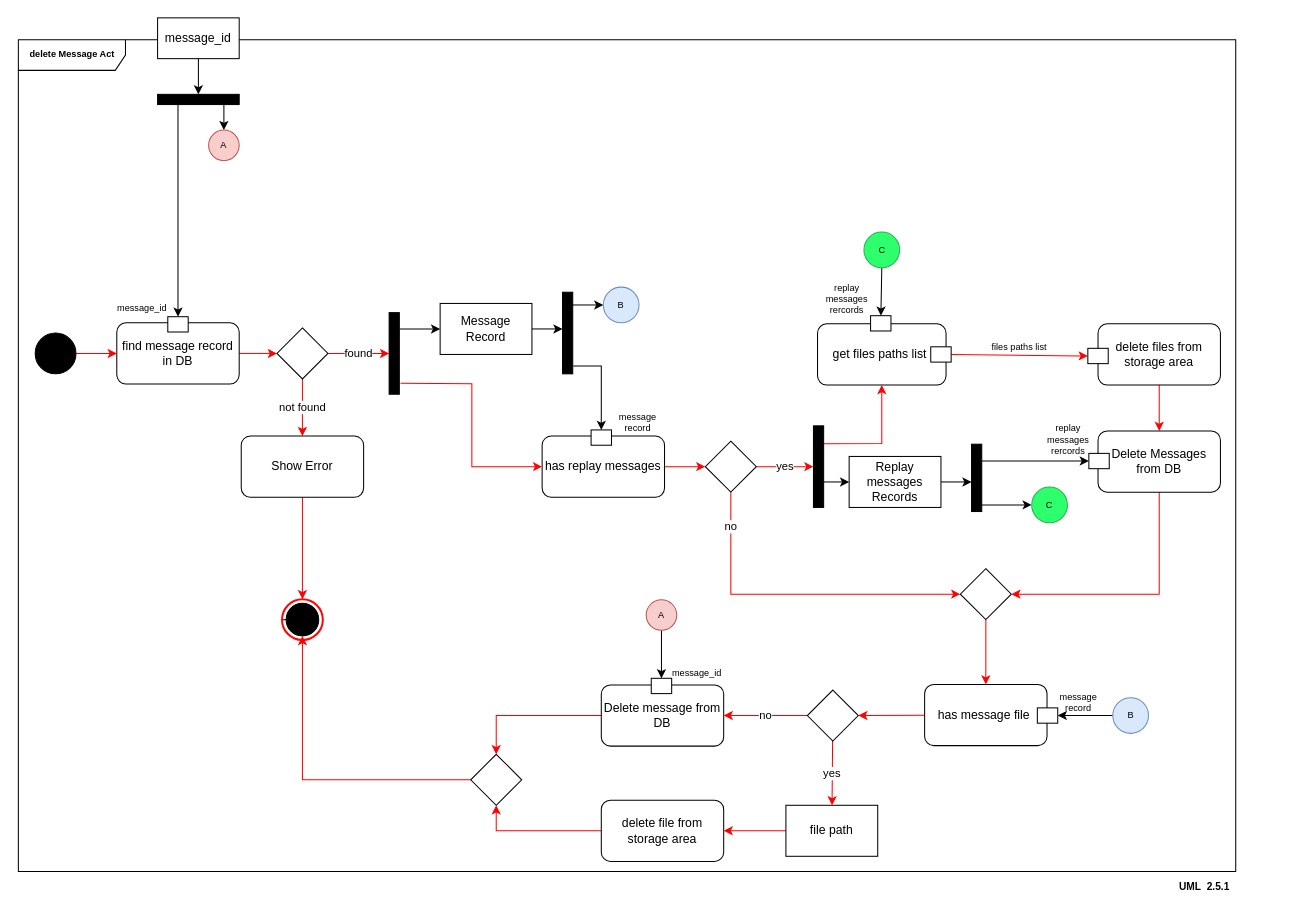
Above: page "delete message act" (5 of 5) of requirements/diagrams/digrams.drawio in khaledfathi/laravel_task (draw.io), before the change. Source tidied: cells renumbered, new cells numbered last; positions are measured from the earlier drawing's top-left corner, leaving out a move shared by most shapes. Both pictures are drawn from the tidied source at 102%, with x=0, y=0 at pixel (17, 17).
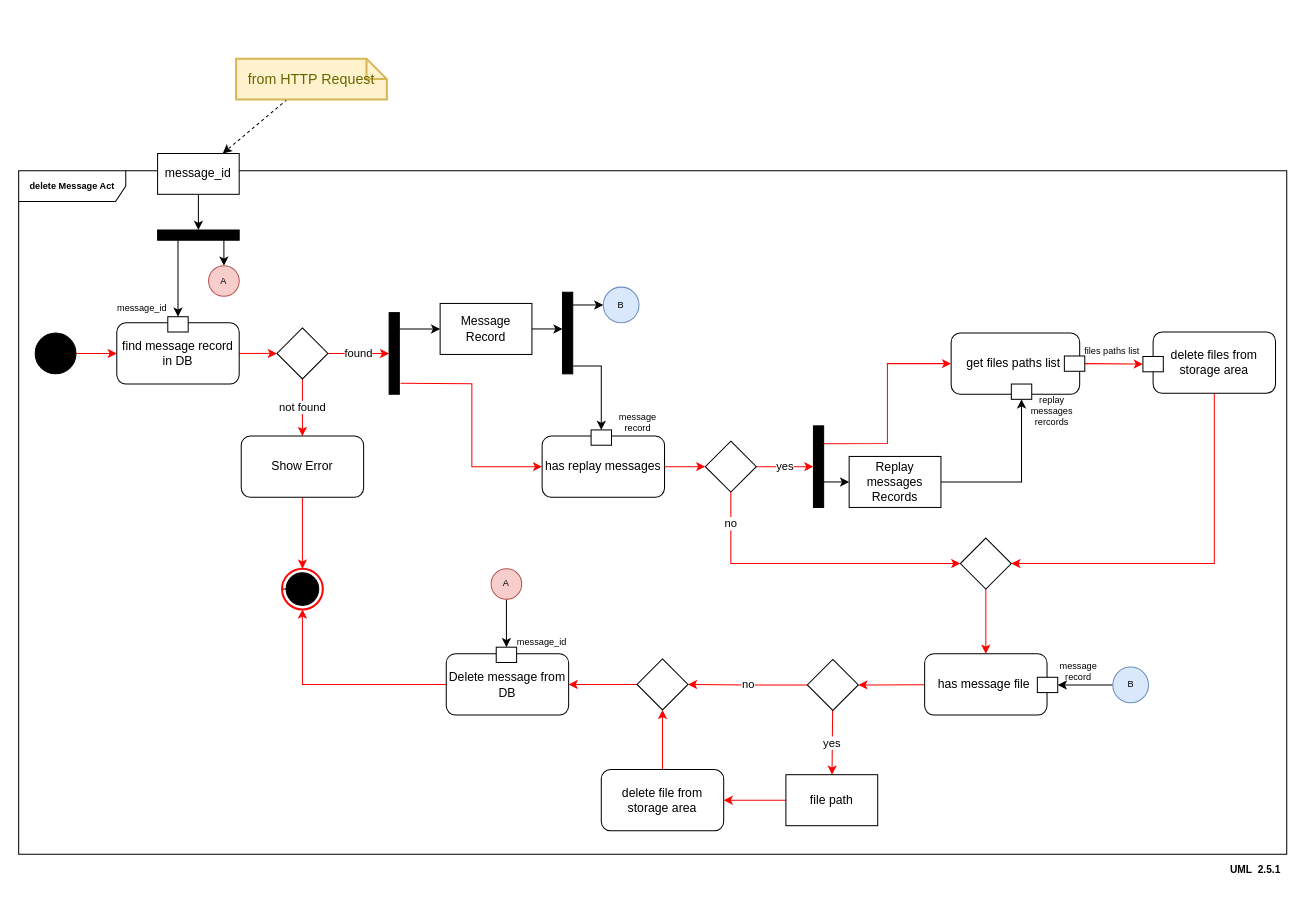
The same diagram, later.

Unchanged cells that the change refers to:
```xml
<mxCell id="20" style="ellipse;whiteSpace=wrap;html=1;fillColor=none;strokeColor=#FF0505;strokeWidth=2;" parent="18" vertex="1">
  <mxGeometry width="40" height="40" as="geometry" />
</mxCell>
<mxCell id="21" style="ellipse;whiteSpace=wrap;html=1;fillColor=#000000;" parent="18" vertex="1">
  <mxGeometry x="4" y="4" width="32" height="32" as="geometry" />
</mxCell>
<mxCell id="51" style="html=1;points=[];perimeter=orthogonalPerimeter;fontSize=9;fillColor=#000000;rotation=-180;" parent="1" vertex="1">
  <mxGeometry x="780" y="400" width="10" height="80" as="geometry" />
</mxCell>
<mxCell id="53" value="Replay messages Records" style="rounded=0;whiteSpace=wrap;html=1;" parent="1" vertex="1">
  <mxGeometry x="815" y="430" width="90" height="50" as="geometry" />
</mxCell>
```

Diff of the diagram source:
```diff
@@
     <mxCell id="2" value="delete Message Act" style="shape=umlFrame;whiteSpace=wrap;html=1;fontSize=9;width=105;height=30;fontStyle=1;strokeColor=#000000;" parent="1" vertex="1">
-      <mxGeometry x="0.5" y="21.5" width="1193.5" height="815.5" as="geometry" />
+      <mxGeometry x="0.8" y="150" width="1243.2" height="670" as="geometry" />
     </mxCell>
@@
     <mxCell id="10" value="message_id" style="rounded=0;whiteSpace=wrap;html=1;" parent="1" vertex="1">
-      <mxGeometry x="137" width="80" height="40" as="geometry" />
+      <mxGeometry x="137" y="133" width="80" height="40" as="geometry" />
     </mxCell>
@@
     <mxCell id="18" style="group;" parent="1" vertex="1">
-      <mxGeometry x="259" y="570" width="40" height="40" as="geometry" />
+      <mxGeometry x="259" y="540" width="40" height="40" as="geometry" />
     </mxCell>
@@
     <mxCell id="24" style="html=1;points=[];perimeter=orthogonalPerimeter;fontSize=9;fillColor=#000000;rotation=90;" parent="1" vertex="1">
-      <mxGeometry x="172" y="40" width="10" height="80" as="geometry" />
+      <mxGeometry x="172" y="173" width="10" height="80" as="geometry" />
     </mxCell>
     <mxCell id="25" value="A" style="ellipse;whiteSpace=wrap;html=1;fontSize=9;fillColor=#f8cecc;strokeColor=#b85450;" parent="1" vertex="1">
-      <mxGeometry x="187" y="110" width="30" height="30" as="geometry" />
+      <mxGeometry x="187" y="243" width="30" height="30" as="geometry" />
     </mxCell>
@@
     <mxCell id="41" value="get files paths list&amp;nbsp;" style="rounded=1;whiteSpace=wrap;html=1;" parent="1" vertex="1">
-      <mxGeometry x="784" y="300" width="126" height="60" as="geometry" />
+      <mxGeometry x="915" y="309" width="126" height="60" as="geometry" />
     </mxCell>
-    <mxCell id="42" style="edgeStyle=none;rounded=0;jettySize=auto;html=1;entryX=0.5;entryY=0;entryDx=0;entryDy=0;strokeColor=#FF0000;" parent="1" edge="1" source="43" target="63">
+    <mxCell id="42" style="edgeStyle=orthogonalEdgeStyle;rounded=0;jettySize=auto;html=1;entryX=1;entryY=0.5;entryDx=0;entryDy=0;strokeColor=#FF0000;exitX=0.5;exitY=1;exitDx=0;exitDy=0;" parent="1" edge="1" source="43" target="48">
       <mxGeometry relative="1" as="geometry" />
     </mxCell>
     <mxCell id="43" value="delete files from storage area" style="rounded=1;whiteSpace=wrap;html=1;" parent="1" vertex="1">
-      <mxGeometry x="1059" y="300" width="120" height="60" as="geometry" />
+      <mxGeometry x="1113" y="308" width="120" height="60" as="geometry" />
     </mxCell>
     <mxCell id="44" style="rounded=0;whiteSpace=wrap;html=1;" parent="1" vertex="1">
-      <mxGeometry x="895" y="322.5" width="20" height="15" as="geometry" />
+      <mxGeometry x="1026" y="331.5" width="20" height="15" as="geometry" />
     </mxCell>
     <mxCell id="45" style="rounded=0;whiteSpace=wrap;html=1;" parent="1" vertex="1">
-      <mxGeometry x="1049" y="324" width="20" height="15" as="geometry" />
+      <mxGeometry x="1103" y="332" width="20" height="15" as="geometry" />
     </mxCell>
     <mxCell id="46" value="files paths list" style="text;html=1;strokeColor=none;fillColor=none;align=center;verticalAlign=middle;whiteSpace=wrap;rounded=0;fontSize=9;" parent="1" vertex="1">
-      <mxGeometry x="952" y="318" width="60" height="10" as="geometry" />
+      <mxGeometry x="1043" y="322" width="60" height="10" as="geometry" />
     </mxCell>
@@
     <mxCell id="48" style="rhombus;whiteSpace=wrap;html=1;strokeColor=#000000;strokeWidth=1;fillColor=none;" parent="1" vertex="1">
-      <mxGeometry x="924" y="540" width="50" height="50" as="geometry" />
+      <mxGeometry x="924" y="510" width="50" height="50" as="geometry" />
     </mxCell>
@@
-    <mxCell id="50" style="edgeStyle=orthogonalEdgeStyle;rounded=0;jettySize=auto;html=1;entryX=0.5;entryY=1;entryDx=0;entryDy=0;exitX=0.029;exitY=0.782;exitDx=0;exitDy=0;exitPerimeter=0;strokeColor=#FF0000;" parent="1" edge="1" source="51" target="41">
+    <mxCell id="50" style="edgeStyle=orthogonalEdgeStyle;rounded=0;jettySize=auto;html=1;entryX=0;entryY=0.5;entryDx=0;entryDy=0;exitX=0.029;exitY=0.782;exitDx=0;exitDy=0;exitPerimeter=0;strokeColor=#FF0000;" parent="1" edge="1" source="51" target="41">
       <mxGeometry relative="1" as="geometry" />
     </mxCell>
@@
-    <mxCell id="52" style="rounded=0;jettySize=auto;html=1;" parent="1" edge="1" source="53" target="60">
-      <mxGeometry relative="1" as="geometry" />
-    </mxCell>
@@
     <mxCell id="54" style="rounded=0;whiteSpace=wrap;html=1;" parent="1" vertex="1">
-      <mxGeometry x="836" y="292" width="20" height="15" as="geometry" />
+      <mxGeometry x="974" y="359" width="20" height="15" as="geometry" />
     </mxCell>
-    <mxCell id="55" style="rounded=0;jettySize=auto;html=1;" parent="1" edge="1" source="56" target="54">
-      <mxGeometry relative="1" as="geometry" />
-    </mxCell>
-    <mxCell id="56" value="C" style="ellipse;whiteSpace=wrap;html=1;fontSize=9;fillColor=#2EFF6D;strokeColor=#21B84E;" parent="1" vertex="1">
-      <mxGeometry x="829.5" y="210" width="35" height="35" as="geometry" />
-    </mxCell>
     <mxCell id="57" value="replay messages rercords" style="text;html=1;strokeColor=none;fillColor=none;align=center;verticalAlign=middle;whiteSpace=wrap;rounded=0;fontSize=9;" parent="1" vertex="1">
-      <mxGeometry x="783" y="271" width="60" height="10" as="geometry" />
+      <mxGeometry x="984" y="381" width="60" height="10" as="geometry" />
     </mxCell>
-    <mxCell id="58" style="edgeStyle=none;rounded=0;jettySize=auto;html=1;entryX=0;entryY=0.5;entryDx=0;entryDy=0;" parent="1" edge="1" source="60" target="61">
-      <mxGeometry relative="1" as="geometry" />
-    </mxCell>
-    <mxCell id="59" style="edgeStyle=none;rounded=0;jettySize=auto;html=1;entryX=0;entryY=0.5;entryDx=0;entryDy=0;" parent="1" edge="1" source="60" target="64">
-      <mxGeometry relative="1" as="geometry" />
-    </mxCell>
-    <mxCell id="60" style="html=1;points=[];perimeter=orthogonalPerimeter;fontSize=9;fillColor=#000000;rotation=-180;" parent="1" vertex="1">
-      <mxGeometry x="935" y="418" width="10" height="66" as="geometry" />
-    </mxCell>
-    <mxCell id="61" value="C" style="ellipse;whiteSpace=wrap;html=1;fontSize=9;fillColor=#2EFF6D;strokeColor=#21B84E;" parent="1" vertex="1">
-      <mxGeometry x="994" y="460" width="35" height="35" as="geometry" />
-    </mxCell>
-    <mxCell id="62" style="edgeStyle=orthogonalEdgeStyle;rounded=0;jettySize=auto;html=1;entryX=1;entryY=0.5;entryDx=0;entryDy=0;exitX=0.5;exitY=1;exitDx=0;exitDy=0;strokeColor=#FF0000;" parent="1" edge="1" source="63" target="48">
-      <mxGeometry relative="1" as="geometry" />
-    </mxCell>
-    <mxCell id="63" value="Delete Messages from DB" style="rounded=1;whiteSpace=wrap;html=1;" parent="1" vertex="1">
-      <mxGeometry x="1059" y="405" width="120" height="60" as="geometry" />
-    </mxCell>
-    <mxCell id="64" style="rounded=0;whiteSpace=wrap;html=1;" parent="1" vertex="1">
-      <mxGeometry x="1050" y="427" width="20" height="15" as="geometry" />
-    </mxCell>
-    <mxCell id="65" value="replay messages rercords" style="text;html=1;strokeColor=none;fillColor=none;align=center;verticalAlign=middle;whiteSpace=wrap;rounded=0;fontSize=9;" parent="1" vertex="1">
-      <mxGeometry x="1000" y="409" width="60" height="10" as="geometry" />
-    </mxCell>
+    <mxCell id="88" style="edgeStyle=orthogonalEdgeStyle;rounded=0;jettySize=auto;html=1;strokeColor=#000000;exitX=1;exitY=0.5;exitDx=0;exitDy=0;" parent="1" edge="1" source="53" target="54">
+      <mxGeometry relative="1" as="geometry" />
+    </mxCell>
@@
     <mxCell id="67" value="has message file&amp;nbsp;" style="rounded=1;whiteSpace=wrap;html=1;" parent="1" vertex="1">
-      <mxGeometry x="889" y="653.5" width="120" height="60" as="geometry" />
+      <mxGeometry x="889" y="623.5" width="120" height="60" as="geometry" />
     </mxCell>
-    <mxCell id="68" style="edgeStyle=orthogonalEdgeStyle;rounded=0;jettySize=auto;html=1;entryX=0.5;entryY=1;entryDx=0;entryDy=0;strokeColor=#FF0000;" parent="1" edge="1" source="69" target="86">
+    <mxCell id="68" style="edgeStyle=orthogonalEdgeStyle;rounded=0;jettySize=auto;html=1;entryX=0.5;entryY=1;entryDx=0;entryDy=0;strokeColor=#FF0000;" parent="1" edge="1" source="69" target="90">
       <mxGeometry relative="1" as="geometry" />
     </mxCell>
     <mxCell id="69" value="delete file from storage area" style="rounded=1;whiteSpace=wrap;html=1;" parent="1" vertex="1">
-      <mxGeometry x="572" y="767" width="120" height="60" as="geometry" />
+      <mxGeometry x="572" y="737" width="120" height="60" as="geometry" />
     </mxCell>
     <mxCell id="70" style="rounded=0;whiteSpace=wrap;html=1;" parent="1" vertex="1">
-      <mxGeometry x="999.5" y="676.5" width="20" height="15" as="geometry" />
+      <mxGeometry x="999.5" y="646.5" width="20" height="15" as="geometry" />
     </mxCell>
@@
     <mxCell id="72" value="B" style="ellipse;whiteSpace=wrap;html=1;fontSize=9;fillColor=#dae8fc;strokeColor=#6c8ebf;" parent="1" vertex="1">
-      <mxGeometry x="1073.5" y="666.5" width="35" height="35" as="geometry" />
+      <mxGeometry x="1073.5" y="636.5" width="35" height="35" as="geometry" />
     </mxCell>
     <mxCell id="73" value="message record" style="text;html=1;strokeColor=none;fillColor=none;align=center;verticalAlign=middle;whiteSpace=wrap;rounded=0;fontSize=9;" parent="1" vertex="1">
-      <mxGeometry x="1009.5" y="665.5" width="60" height="10" as="geometry" />
+      <mxGeometry x="1009.5" y="635.5" width="60" height="10" as="geometry" />
     </mxCell>
@@
     <mxCell id="75" value="file path" style="rounded=0;whiteSpace=wrap;html=1;" parent="1" vertex="1">
-      <mxGeometry x="753" y="772" width="90" height="50" as="geometry" />
+      <mxGeometry x="753" y="742" width="90" height="50" as="geometry" />
     </mxCell>
-    <mxCell id="76" value="no" style="edgeStyle=none;rounded=0;jettySize=auto;html=1;strokeColor=#FF0000;" parent="1" edge="1" source="78" target="80">
+    <mxCell id="76" value="no" style="edgeStyle=orthogonalEdgeStyle;rounded=0;jettySize=auto;html=1;strokeColor=#FF0000;entryX=1;entryY=0.5;entryDx=0;entryDy=0;" parent="1" edge="1" source="78" target="90">
       <mxGeometry relative="1" as="geometry" />
     </mxCell>
@@
     <mxCell id="78" style="rhombus;whiteSpace=wrap;html=1;strokeColor=#000000;strokeWidth=1;fillColor=none;" parent="1" vertex="1">
-      <mxGeometry x="774" y="659" width="50" height="50" as="geometry" />
+      <mxGeometry x="774" y="629" width="50" height="50" as="geometry" />
     </mxCell>
-    <mxCell id="79" style="edgeStyle=orthogonalEdgeStyle;rounded=0;jettySize=auto;html=1;entryX=0.5;entryY=0;entryDx=0;entryDy=0;strokeColor=#FF0000;" parent="1" edge="1" source="80" target="86">
-      <mxGeometry relative="1" as="geometry" />
-    </mxCell>
     <mxCell id="80" value="Delete message from DB" style="rounded=1;whiteSpace=wrap;html=1;" parent="1" vertex="1">
-      <mxGeometry x="572" y="654" width="120" height="60" as="geometry" />
+      <mxGeometry x="420" y="623.5" width="120" height="60" as="geometry" />
     </mxCell>
@@
     <mxCell id="82" value="A" style="ellipse;whiteSpace=wrap;html=1;fontSize=9;fillColor=#f8cecc;strokeColor=#b85450;" parent="1" vertex="1">
-      <mxGeometry x="616" y="570.5" width="30" height="30" as="geometry" />
+      <mxGeometry x="464" y="540" width="30" height="30" as="geometry" />
     </mxCell>
     <mxCell id="83" style="rounded=0;whiteSpace=wrap;html=1;" parent="1" vertex="1">
-      <mxGeometry x="621" y="647.5" width="20" height="15" as="geometry" />
+      <mxGeometry x="469" y="617" width="20" height="15" as="geometry" />
     </mxCell>
     <mxCell id="84" value="message_id" style="text;html=1;strokeColor=none;fillColor=none;align=center;verticalAlign=middle;whiteSpace=wrap;rounded=0;fontSize=9;" parent="1" vertex="1">
-      <mxGeometry x="636" y="637.5" width="60" height="10" as="geometry" />
+      <mxGeometry x="484" y="607" width="60" height="10" as="geometry" />
     </mxCell>
-    <mxCell id="85" style="edgeStyle=orthogonalEdgeStyle;rounded=0;jettySize=auto;html=1;entryX=0.5;entryY=1;entryDx=0;entryDy=0;strokeColor=#FF0000;" parent="1" edge="1" source="86" target="21">
+    <mxCell id="85" style="edgeStyle=orthogonalEdgeStyle;rounded=0;jettySize=auto;html=1;entryX=0.5;entryY=1;entryDx=0;entryDy=0;strokeColor=#FF0000;exitX=0;exitY=0.5;exitDx=0;exitDy=0;" parent="1" edge="1" source="80" target="20">
       <mxGeometry relative="1" as="geometry" />
     </mxCell>
-    <mxCell id="86" style="rhombus;whiteSpace=wrap;html=1;strokeColor=#000000;strokeWidth=1;fillColor=none;" parent="1" vertex="1">
-      <mxGeometry x="444" y="722" width="50" height="50" as="geometry" />
-    </mxCell>
     <mxCell id="87" value="UML&amp;nbsp; 2.5.1" style="text;html=1;strokeColor=none;fillColor=none;align=center;verticalAlign=middle;whiteSpace=wrap;rounded=0;fontSize=10;fontStyle=1;" parent="1" vertex="1">
-      <mxGeometry x="1133" y="837" width="61" height="30" as="geometry" />
+      <mxGeometry x="1183" y="820" width="61" height="30" as="geometry" />
     </mxCell>
+    <mxCell id="89" style="edgeStyle=orthogonalEdgeStyle;rounded=0;jettySize=auto;html=1;entryX=1;entryY=0.5;entryDx=0;entryDy=0;strokeColor=#FF0000;" parent="1" edge="1" source="90" target="80">
+      <mxGeometry relative="1" as="geometry" />
+    </mxCell>
+    <mxCell id="90" style="rhombus;whiteSpace=wrap;html=1;strokeColor=#000000;strokeWidth=1;fillColor=none;" parent="1" vertex="1">
+      <mxGeometry x="607" y="628.5" width="50" height="50" as="geometry" />
+    </mxCell>
+    <mxCell id="91" style="rounded=0;jettySize=auto;html=1;strokeColor=#000000;dashed=1;" parent="1" edge="1" source="92" target="10">
+      <mxGeometry relative="1" as="geometry" />
+    </mxCell>
+    <mxCell id="92" value="from HTTP Request" style="shape=note;strokeWidth=2;fontSize=14;size=20;whiteSpace=wrap;html=1;fillColor=#fff2cc;strokeColor=#d6b656;fontColor=#666600;" parent="1" vertex="1">
+      <mxGeometry x="214" y="40" width="147.8" height="40" as="geometry" />
+    </mxCell>
```
